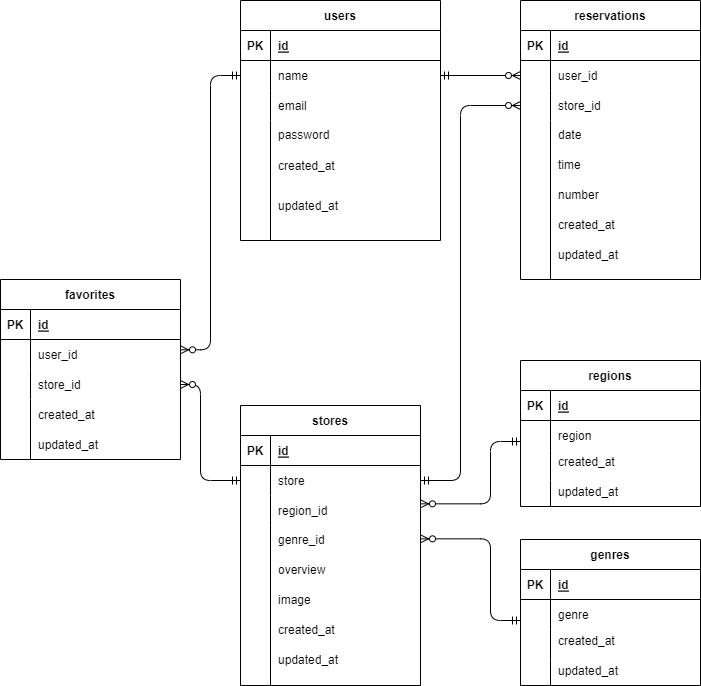
Earlier version of the draw.io export index.drawio.png (syakuyaku514/contactadvanced-form). Source tidied: cells renumbered, new cells last; positions are measured from the earlier drawing's top-left corner, leaving out a move shared by most shapes.
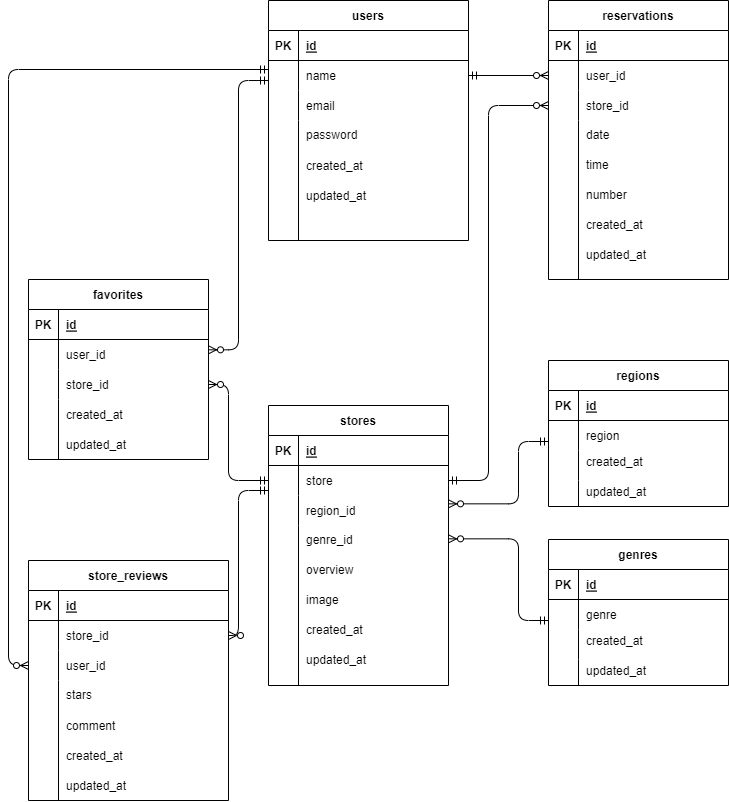
The same diagram one commit later.

What changed in the source:
```diff
@@ -48,7 +48,7 @@
       <mxGeometry x="270" y="150" width="150" height="30" as="geometry" />
     </mxCell>
     <mxCell id="17" value="updated_at" style="shape=partialRectangle;fillColor=none;top=0;left=0;bottom=0;right=0;align=left;spacingLeft=6;overflow=hidden;" parent="1" vertex="1">
-      <mxGeometry x="270" y="190" width="150" height="30" as="geometry" />
+      <mxGeometry x="270" y="180" width="150" height="30" as="geometry" />
     </mxCell>
     <mxCell id="18" value="reservations" style="shape=table;startSize=30;rowLines=0;fontStyle=1;align=center;" parent="1" vertex="1">
       <mxGeometry x="520" width="180" height="279" as="geometry" />
@@ -304,9 +304,8 @@
     <mxCell id="100" style="fontSize=12;html=1;endArrow=ERzeroToMany;startArrow=ERmandOne;exitX=1;exitY=0.5;exitDx=0;exitDy=0;entryX=0;entryY=0.5;entryDx=0;entryDy=0;" parent="1" edge="1" source="6" target="22">
       <mxGeometry relative="1" as="geometry" />
     </mxCell>
-    <mxCell id="101" style="edgeStyle=elbowEdgeStyle;fontSize=12;html=1;endArrow=ERzeroToMany;startArrow=ERmandOne;entryX=1;entryY=0.344;entryDx=0;entryDy=0;entryPerimeter=0;" parent="1" edge="1" target="40">
+    <mxCell id="101" style="edgeStyle=elbowEdgeStyle;fontSize=12;html=1;endArrow=ERzeroToMany;startArrow=ERmandOne;entryX=1;entryY=0.344;entryDx=0;entryDy=0;entryPerimeter=0;exitX=0;exitY=0.667;exitDx=0;exitDy=0;exitPerimeter=0;" parent="1" edge="1" source="6" target="40">
       <mxGeometry relative="1" as="geometry">
-        <mxPoint x="240" y="75" as="sourcePoint" />
         <Array as="points">
           <mxPoint x="210" y="200" />
           <mxPoint x="190" y="100" />
@@ -340,5 +339,74 @@
         </Array>
       </mxGeometry>
     </mxCell>
+    <mxCell id="105" value="store_reviews" style="shape=table;startSize=30;rowLines=0;fontStyle=1;align=center;" parent="1" vertex="1">
+      <mxGeometry y="560" width="200" height="240" as="geometry" />
+    </mxCell>
+    <mxCell id="106" style="shape=tableRow;horizontal=0;startSize=0;swimlaneHead=0;swimlaneBody=0;fillColor=none;top=0;left=0;right=0;bottom=1;" parent="105" vertex="1">
+      <mxGeometry y="30" width="200" height="30" as="geometry" />
+    </mxCell>
+    <mxCell id="107" value="PK" style="shape=partialRectangle;fillColor=none;top=0;left=0;bottom=0;right=0;fontStyle=1;overflow=hidden;" parent="106" vertex="1">
+      <mxGeometry width="30" height="30" as="geometry" />
+    </mxCell>
+    <mxCell id="108" value="id" style="shape=partialRectangle;fillColor=none;top=0;left=0;bottom=0;right=0;align=left;spacingLeft=6;fontStyle=5;overflow=hidden;" parent="106" vertex="1">
+      <mxGeometry x="30" width="170" height="30" as="geometry" />
+    </mxCell>
+    <mxCell id="109" style="shape=tableRow;horizontal=0;startSize=0;swimlaneHead=0;swimlaneBody=0;fillColor=none;points=[[0,0.5],[1,0.5]];portConstraint=eastwest;top=0;left=0;right=0;bottom=0;" parent="105" vertex="1">
+      <mxGeometry y="60" width="200" height="30" as="geometry" />
+    </mxCell>
+    <mxCell id="110" style="shape=partialRectangle;fillColor=none;top=0;left=0;bottom=0;right=0;overflow=hidden;" parent="109" vertex="1">
+      <mxGeometry width="30" height="30" as="geometry" />
+    </mxCell>
+    <mxCell id="111" value="store_id" style="shape=partialRectangle;fillColor=none;top=0;left=0;bottom=0;right=0;align=left;spacingLeft=6;overflow=hidden;" parent="109" vertex="1">
+      <mxGeometry x="30" width="170" height="30" as="geometry" />
+    </mxCell>
+    <mxCell id="112" style="shape=tableRow;horizontal=0;startSize=0;swimlaneHead=0;swimlaneBody=0;fillColor=none;points=[[0,0.5],[1,0.5]];portConstraint=eastwest;top=0;left=0;right=0;bottom=0;" parent="105" vertex="1">
+      <mxGeometry y="90" width="200" height="30" as="geometry" />
+    </mxCell>
+    <mxCell id="113" style="shape=partialRectangle;fillColor=none;top=0;left=0;bottom=0;right=0;overflow=hidden;" parent="112" vertex="1">
+      <mxGeometry width="30" height="30" as="geometry" />
+    </mxCell>
+    <mxCell id="114" value="user_id" style="shape=partialRectangle;fillColor=none;top=0;left=0;bottom=0;right=0;align=left;spacingLeft=6;overflow=hidden;" parent="112" vertex="1">
+      <mxGeometry x="30" width="170" height="30" as="geometry" />
+    </mxCell>
+    <mxCell id="115" style="shape=tableRow;horizontal=0;startSize=0;swimlaneHead=0;swimlaneBody=0;fillColor=none;top=0;left=0;right=0;bottom=0;" parent="105" vertex="1">
+      <mxGeometry y="120" width="200" height="120" as="geometry" />
+    </mxCell>
+    <mxCell id="116" style="shape=partialRectangle;fillColor=none;top=0;left=0;bottom=0;right=0;overflow=hidden;" parent="115" vertex="1">
+      <mxGeometry width="30" height="120" as="geometry" />
+    </mxCell>
+    <mxCell id="117" style="shape=partialRectangle;fillColor=none;top=0;left=0;bottom=0;right=0;align=left;spacingLeft=6;overflow=hidden;" parent="115" vertex="1">
+      <mxGeometry x="30" width="170" height="120" as="geometry" />
+    </mxCell>
+    <mxCell id="118" value="stars" style="shape=partialRectangle;fillColor=none;top=0;left=0;bottom=0;right=0;align=left;spacingLeft=6;overflow=hidden;" parent="1" vertex="1">
+      <mxGeometry x="30" y="679" width="150" height="30" as="geometry" />
+    </mxCell>
+    <mxCell id="119" value="created_at" style="shape=partialRectangle;fillColor=none;top=0;left=0;bottom=0;right=0;align=left;spacingLeft=6;overflow=hidden;" parent="1" vertex="1">
+      <mxGeometry x="30" y="740" width="150" height="30" as="geometry" />
+    </mxCell>
+    <mxCell id="120" value="updated_at" style="shape=partialRectangle;fillColor=none;top=0;left=0;bottom=0;right=0;align=left;spacingLeft=6;overflow=hidden;" parent="1" vertex="1">
+      <mxGeometry x="30" y="770" width="150" height="30" as="geometry" />
+    </mxCell>
+    <mxCell id="121" value="comment" style="shape=partialRectangle;fillColor=none;top=0;left=0;bottom=0;right=0;align=left;spacingLeft=6;overflow=hidden;" parent="1" vertex="1">
+      <mxGeometry x="30" y="710" width="150" height="30" as="geometry" />
+    </mxCell>
+    <mxCell id="122" style="edgeStyle=elbowEdgeStyle;fontSize=12;html=1;endArrow=ERzeroToMany;startArrow=ERmandOne;entryX=1;entryY=0.5;entryDx=0;entryDy=0;" parent="1" edge="1" target="109">
+      <mxGeometry relative="1" as="geometry">
+        <mxPoint x="240" y="490" as="sourcePoint" />
+        <Array as="points">
+          <mxPoint x="210" y="410" />
+          <mxPoint x="210" y="120" />
+        </Array>
+      </mxGeometry>
+    </mxCell>
+    <mxCell id="123" style="edgeStyle=elbowEdgeStyle;fontSize=12;html=1;endArrow=ERzeroToMany;startArrow=ERmandOne;entryX=0;entryY=0.5;entryDx=0;entryDy=0;" parent="1" edge="1" target="112">
+      <mxGeometry relative="1" as="geometry">
+        <mxPoint x="240" y="69" as="sourcePoint" />
+        <Array as="points">
+          <mxPoint x="-20" y="200" />
+          <mxPoint x="160" y="81.8" />
+        </Array>
+      </mxGeometry>
+    </mxCell>
   </root>
 </mxGraphModel>
```
